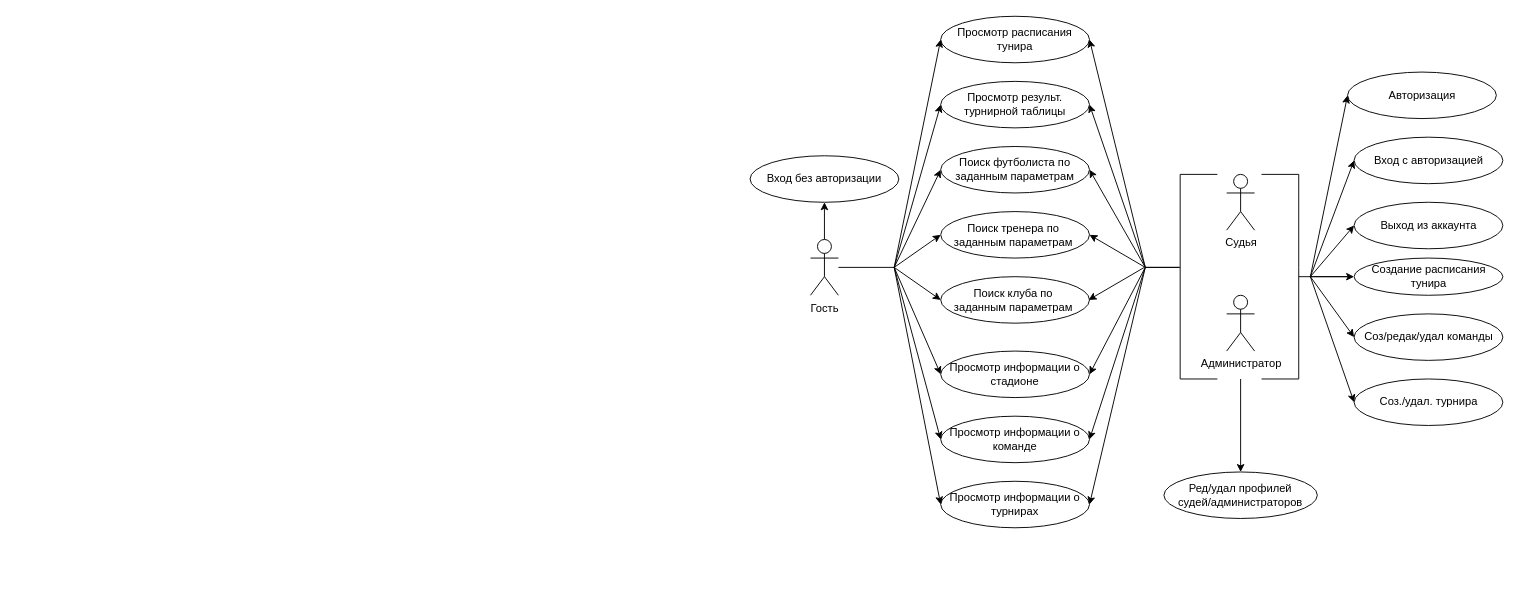
Before: page "Use-Case" (2 of 3) of scheme/ppo.drawio in hieubichpro/6-SEM-DB-CP, a draw.io diagram. Source tidied: cells renumbered, new cells numbered last; positions are measured from the earlier drawing's top-left corner, leaving out a move shared by most shapes. Both pictures are drawn from the tidied source at 93%, with x=0, y=0 at pixel (750, 16).
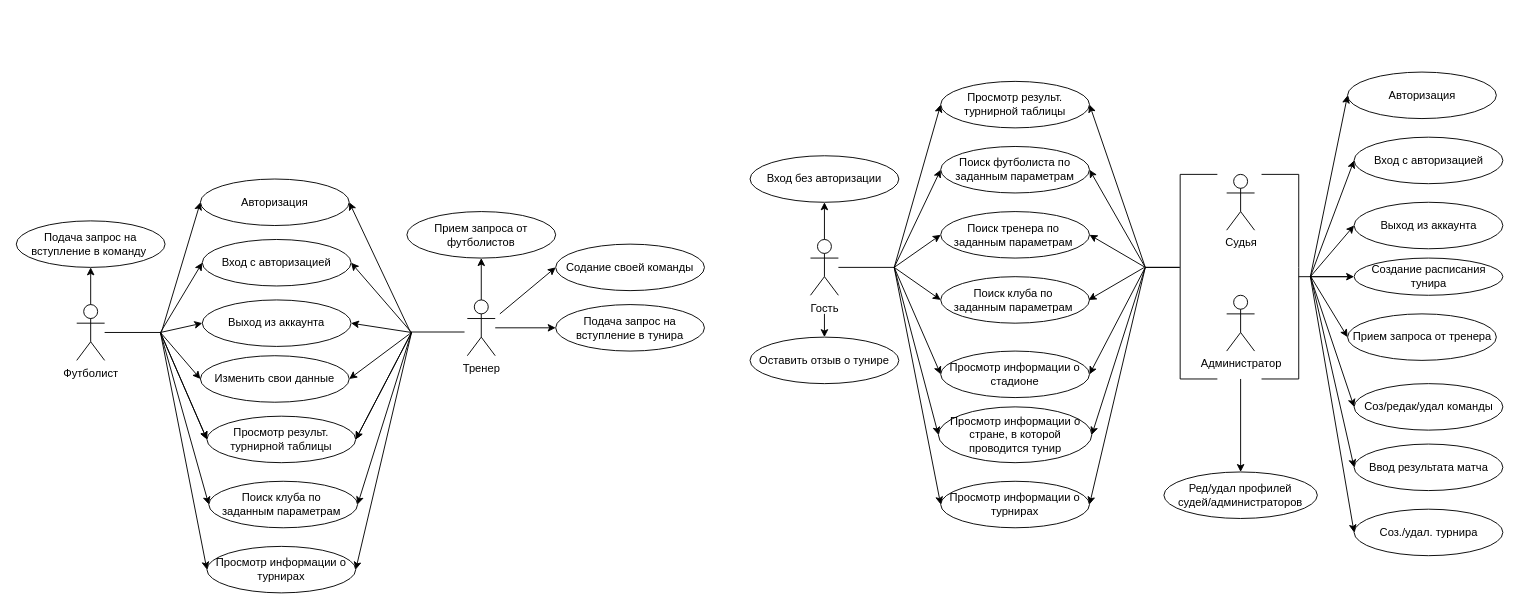
After the change.

Diff of the diagram source:
```diff
@@
-    <mxCell id="6" value="Просмотр расписания тунира" style="ellipse;whiteSpace=wrap;html=1;" parent="1" vertex="1">
-      <mxGeometry x="205" width="160" height="50" as="geometry" />
-    </mxCell>
@@
-    <mxCell id="10" value="Просмотр информации о команде" style="ellipse;whiteSpace=wrap;html=1;" parent="1" vertex="1">
-      <mxGeometry x="205" y="430" width="160" height="50" as="geometry" />
+    <mxCell id="10" value="Просмотр информации о стране, в которой проводится тунир" style="ellipse;whiteSpace=wrap;html=1;" parent="1" vertex="1">
+      <mxGeometry x="202.5" y="420" width="165" height="60" as="geometry" />
     </mxCell>
@@
     <mxCell id="12" value="Соз./удал. турнира" style="ellipse;whiteSpace=wrap;html=1;" parent="1" vertex="1">
-      <mxGeometry x="649.5" y="390" width="160" height="50" as="geometry" />
+      <mxGeometry x="649.5" y="530" width="160" height="50" as="geometry" />
     </mxCell>
     <mxCell id="13" value="Соз/редак/удал команды" style="ellipse;whiteSpace=wrap;html=1;" parent="1" vertex="1">
-      <mxGeometry x="649.5" y="320" width="160" height="50" as="geometry" />
+      <mxGeometry x="649.5" y="395" width="160" height="50" as="geometry" />
     </mxCell>
@@
-    <mxCell id="27" style="endArrow=classic;html=1;rounded=0;entryX=1;entryY=0.5;entryDx=0;entryDy=0;" parent="1" edge="1" target="6">
-      <mxGeometry relative="1" as="geometry">
-        <mxPoint x="425" y="270" as="sourcePoint" />
-      </mxGeometry>
-    </mxCell>
@@
-    <mxCell id="43" style="endArrow=classic;html=1;rounded=0;entryX=0;entryY=0.5;entryDx=0;entryDy=0;" parent="1" edge="1" target="6">
-      <mxGeometry relative="1" as="geometry">
-        <mxPoint x="155" y="270" as="sourcePoint" />
-      </mxGeometry>
-    </mxCell>
@@
+    <mxCell id="50" value="Футболист" style="shape=umlActor;verticalLabelPosition=bottom;verticalAlign=top;html=1;" parent="1" vertex="1">
+      <mxGeometry x="-724" y="310" width="30" height="60" as="geometry" />
+    </mxCell>
+    <mxCell id="51" style="edgeStyle=orthogonalEdgeStyle;rounded=0;jettySize=auto;html=1;entryX=0;entryY=0.5;entryDx=0;entryDy=0;" parent="1" edge="1" source="52" target="79">
+      <mxGeometry relative="1" as="geometry" />
+    </mxCell>
+    <mxCell id="52" value="Тренер" style="shape=umlActor;verticalLabelPosition=bottom;verticalAlign=top;html=1;outlineConnect=0;" parent="1" vertex="1">
+      <mxGeometry x="-304" y="305" width="30" height="60" as="geometry" />
+    </mxCell>
+    <mxCell id="53" value="Просмотр результ.&lt;br&gt;турнирной таблицы" style="ellipse;whiteSpace=wrap;html=1;" parent="1" vertex="1">
+      <mxGeometry x="-584" y="430" width="160" height="50" as="geometry" />
+    </mxCell>
+    <mxCell id="54" value="Подача запрос на вступление в команду&amp;nbsp;" style="ellipse;whiteSpace=wrap;html=1;" parent="1" vertex="1">
+      <mxGeometry x="-789" y="220" width="160" height="50" as="geometry" />
+    </mxCell>
+    <mxCell id="55" value="Изменить свои данные" style="ellipse;whiteSpace=wrap;html=1;" parent="1" vertex="1">
+      <mxGeometry x="-591" y="365" width="160" height="50" as="geometry" />
+    </mxCell>
+    <mxCell id="56" value="Просмотр информации о турнирах" style="ellipse;whiteSpace=wrap;html=1;" parent="1" vertex="1">
+      <mxGeometry x="-584" y="570" width="160" height="50" as="geometry" />
+    </mxCell>
+    <mxCell id="57" value="Поиск клуба по&amp;nbsp;&lt;br&gt;заданным параметрам&amp;nbsp;" style="ellipse;whiteSpace=wrap;html=1;" parent="1" vertex="1">
+      <mxGeometry x="-582" y="500" width="160" height="50" as="geometry" />
+    </mxCell>
+    <mxCell id="58" style="endArrow=classic;html=1;rounded=0;entryX=0.5;entryY=1;entryDx=0;entryDy=0;" parent="1" edge="1" target="54">
+      <mxGeometry relative="1" as="geometry">
+        <mxPoint x="-709" y="310" as="sourcePoint" />
+      </mxGeometry>
+    </mxCell>
+    <mxCell id="59" style="endArrow=classic;html=1;rounded=0;entryX=1;entryY=0.5;entryDx=0;entryDy=0;" parent="1" edge="1" target="55">
+      <mxGeometry relative="1" as="geometry">
+        <mxPoint x="-364" y="340" as="sourcePoint" />
+      </mxGeometry>
+    </mxCell>
+    <mxCell id="60" style="endArrow=classic;html=1;rounded=0;entryX=1;entryY=0.5;entryDx=0;entryDy=0;" parent="1" edge="1" target="53">
+      <mxGeometry relative="1" as="geometry">
+        <mxPoint x="-364" y="340" as="sourcePoint" />
+      </mxGeometry>
+    </mxCell>
+    <mxCell id="61" style="endArrow=classic;html=1;rounded=0;entryX=1;entryY=0.5;entryDx=0;entryDy=0;" parent="1" edge="1" target="77">
+      <mxGeometry relative="1" as="geometry">
+        <mxPoint x="-364" y="340" as="sourcePoint" />
+      </mxGeometry>
+    </mxCell>
+    <mxCell id="62" style="endArrow=classic;html=1;rounded=0;entryX=1;entryY=0.5;entryDx=0;entryDy=0;" parent="1" edge="1" target="75">
+      <mxGeometry relative="1" as="geometry">
+        <mxPoint x="-364" y="340" as="sourcePoint" />
+      </mxGeometry>
+    </mxCell>
+    <mxCell id="63" style="endArrow=classic;html=1;rounded=0;entryX=1;entryY=0.5;entryDx=0;entryDy=0;" parent="1" edge="1" target="76">
+      <mxGeometry relative="1" as="geometry">
+        <mxPoint x="-365" y="340" as="sourcePoint" />
+      </mxGeometry>
+    </mxCell>
+    <mxCell id="64" style="endArrow=classic;html=1;rounded=0;entryX=1;entryY=0.5;entryDx=0;entryDy=0;" parent="1" edge="1">
+      <mxGeometry relative="1" as="geometry">
+        <mxPoint x="-364" y="340" as="sourcePoint" />
+        <mxPoint x="-424" y="455" as="targetPoint" />
+      </mxGeometry>
+    </mxCell>
+    <mxCell id="65" style="endArrow=classic;html=1;rounded=0;entryX=1;entryY=0.5;entryDx=0;entryDy=0;" parent="1" edge="1" target="57">
+      <mxGeometry relative="1" as="geometry">
+        <mxPoint x="-364" y="340" as="sourcePoint" />
+      </mxGeometry>
+    </mxCell>
+    <mxCell id="66" style="endArrow=classic;html=1;rounded=0;entryX=1;entryY=0.5;entryDx=0;entryDy=0;" parent="1" edge="1" target="56">
+      <mxGeometry relative="1" as="geometry">
+        <mxPoint x="-364" y="340" as="sourcePoint" />
+      </mxGeometry>
+    </mxCell>
+    <mxCell id="67" style="endArrow=classic;html=1;rounded=0;entryX=0;entryY=0.5;entryDx=0;entryDy=0;" parent="1" edge="1" target="77">
+      <mxGeometry relative="1" as="geometry">
+        <mxPoint x="-634" y="340" as="sourcePoint" />
+      </mxGeometry>
+    </mxCell>
+    <mxCell id="68" style="endArrow=classic;html=1;rounded=0;entryX=0;entryY=0.5;entryDx=0;entryDy=0;" parent="1" edge="1" target="75">
+      <mxGeometry relative="1" as="geometry">
+        <mxPoint x="-634" y="340" as="sourcePoint" />
+      </mxGeometry>
+    </mxCell>
+    <mxCell id="69" style="endArrow=classic;html=1;rounded=0;entryX=0;entryY=0.5;entryDx=0;entryDy=0;" parent="1" edge="1">
+      <mxGeometry relative="1" as="geometry">
+        <mxPoint x="-634" y="340" as="sourcePoint" />
+        <mxPoint x="-584" y="455" as="targetPoint" />
+      </mxGeometry>
+    </mxCell>
+    <mxCell id="70" style="endArrow=classic;html=1;rounded=0;entryX=0;entryY=0.5;entryDx=0;entryDy=0;" parent="1" edge="1" target="57">
+      <mxGeometry relative="1" as="geometry">
+        <mxPoint x="-634" y="340" as="sourcePoint" />
+      </mxGeometry>
+    </mxCell>
+    <mxCell id="71" style="endArrow=classic;html=1;rounded=0;entryX=0;entryY=0.5;entryDx=0;entryDy=0;" parent="1" edge="1" target="56">
+      <mxGeometry relative="1" as="geometry">
+        <mxPoint x="-634" y="340" as="sourcePoint" />
+      </mxGeometry>
+    </mxCell>
+    <mxCell id="72" style="endArrow=none;html=1;rounded=0;" parent="1" edge="1">
+      <mxGeometry relative="1" as="geometry">
+        <mxPoint x="-694" y="340" as="sourcePoint" />
+        <mxPoint x="-634" y="340" as="targetPoint" />
+      </mxGeometry>
+    </mxCell>
+    <mxCell id="73" style="endArrow=classic;html=1;rounded=0;entryX=0;entryY=0.5;entryDx=0;entryDy=0;" parent="1" edge="1" target="53">
+      <mxGeometry relative="1" as="geometry">
+        <mxPoint x="-634" y="340" as="sourcePoint" />
+      </mxGeometry>
+    </mxCell>
+    <mxCell id="74" style="endArrow=classic;html=1;rounded=0;entryX=0;entryY=0.5;entryDx=0;entryDy=0;" parent="1" edge="1" target="55">
+      <mxGeometry relative="1" as="geometry">
+        <mxPoint x="-634" y="340" as="sourcePoint" />
+      </mxGeometry>
+    </mxCell>
+    <mxCell id="75" value="Выход из аккаунта" style="ellipse;whiteSpace=wrap;html=1;" parent="1" vertex="1">
+      <mxGeometry x="-589" y="305" width="160" height="50" as="geometry" />
+    </mxCell>
+    <mxCell id="76" value="Авторизация" style="ellipse;whiteSpace=wrap;html=1;" parent="1" vertex="1">
+      <mxGeometry x="-591" y="175" width="160" height="50" as="geometry" />
+    </mxCell>
+    <mxCell id="77" value="Вход с авторизацией" style="ellipse;whiteSpace=wrap;html=1;" parent="1" vertex="1">
+      <mxGeometry x="-589" y="240" width="160" height="50" as="geometry" />
+    </mxCell>
+    <mxCell id="78" style="endArrow=classic;html=1;rounded=0;entryX=0;entryY=0.5;entryDx=0;entryDy=0;" parent="1" edge="1" target="76">
+      <mxGeometry relative="1" as="geometry">
+        <mxPoint x="-633" y="340" as="sourcePoint" />
+      </mxGeometry>
+    </mxCell>
+    <mxCell id="79" value="Подача запрос на вступление в тунира" style="ellipse;whiteSpace=wrap;html=1;" parent="1" vertex="1">
+      <mxGeometry x="-209" y="310" width="160" height="50" as="geometry" />
+    </mxCell>
+    <mxCell id="80" value="Прием запроса от футболистов" style="ellipse;whiteSpace=wrap;html=1;" parent="1" vertex="1">
+      <mxGeometry x="-369" y="210" width="160" height="50" as="geometry" />
+    </mxCell>
+    <mxCell id="81" style="endArrow=classic;html=1;rounded=0;exitX=0.5;exitY=0;exitDx=0;exitDy=0;exitPerimeter=0;entryX=0.5;entryY=1;entryDx=0;entryDy=0;" parent="1" edge="1" source="52" target="80">
+      <mxGeometry relative="1" as="geometry" />
+    </mxCell>
+    <mxCell id="82" style="endArrow=none;html=1;rounded=0;" parent="1" edge="1">
+      <mxGeometry relative="1" as="geometry">
+        <mxPoint x="-365" y="339.5" as="sourcePoint" />
+        <mxPoint x="-307" y="339.5" as="targetPoint" />
+      </mxGeometry>
+    </mxCell>
+    <mxCell id="83" value="Прием запроса от тренера" style="ellipse;whiteSpace=wrap;html=1;" parent="1" vertex="1">
+      <mxGeometry x="642.5" y="320" width="160" height="50" as="geometry" />
+    </mxCell>
+    <mxCell id="84" style="endArrow=classic;html=1;rounded=0;entryX=0;entryY=0.5;entryDx=0;entryDy=0;" parent="1" edge="1" target="83">
+      <mxGeometry relative="1" as="geometry">
+        <mxPoint x="603" y="280" as="sourcePoint" />
+      </mxGeometry>
+    </mxCell>
+    <mxCell id="85" value="Ввод результата матча" style="ellipse;whiteSpace=wrap;html=1;" parent="1" vertex="1">
+      <mxGeometry x="649.5" y="460" width="160" height="50" as="geometry" />
+    </mxCell>
+    <mxCell id="86" style="endArrow=classic;html=1;rounded=0;entryX=0;entryY=0.5;entryDx=0;entryDy=0;" parent="1" edge="1" target="85">
+      <mxGeometry relative="1" as="geometry">
+        <mxPoint x="603" y="280" as="sourcePoint" />
+      </mxGeometry>
+    </mxCell>
+    <mxCell id="87" value="Оставить отзыв о тунире" style="ellipse;whiteSpace=wrap;html=1;" parent="1" vertex="1">
+      <mxGeometry y="345" width="160" height="50" as="geometry" />
+    </mxCell>
+    <mxCell id="88" style="endArrow=classic;html=1;rounded=0;entryX=0.5;entryY=0;entryDx=0;entryDy=0;" parent="1" edge="1" target="87">
+      <mxGeometry relative="1" as="geometry">
+        <mxPoint x="80" y="320" as="sourcePoint" />
+      </mxGeometry>
+    </mxCell>
+    <mxCell id="89" value="Содание своей команды" style="ellipse;whiteSpace=wrap;html=1;" parent="1" vertex="1">
+      <mxGeometry x="-209" y="245" width="160" height="50" as="geometry" />
+    </mxCell>
+    <mxCell id="90" style="endArrow=classic;html=1;rounded=0;entryX=0;entryY=0.5;entryDx=0;entryDy=0;" parent="1" edge="1" target="89">
+      <mxGeometry relative="1" as="geometry">
+        <mxPoint x="-269" y="320" as="sourcePoint" />
+      </mxGeometry>
+    </mxCell>
```
